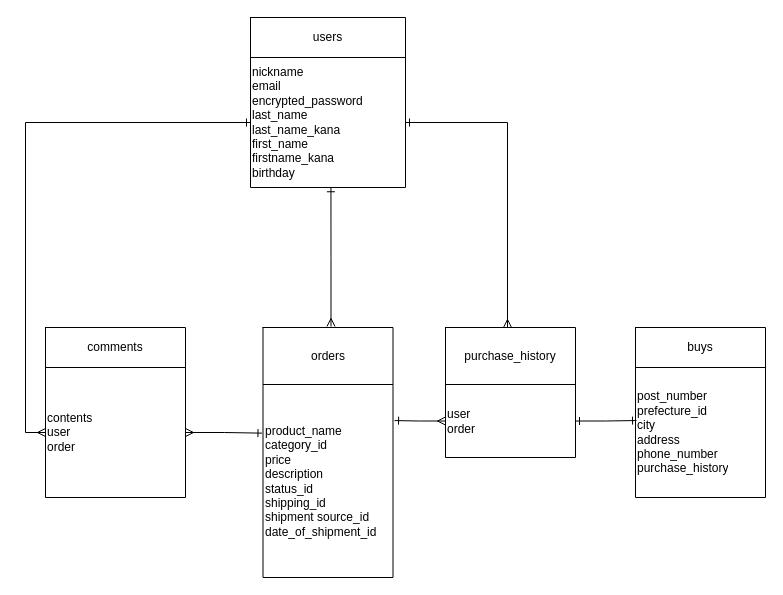
sonolilis/frima-31938 keeps this draw.io diagram as frima.dio. Above is the earlier version. Source tidied: cells renumbered, new cells numbered last; positions are measured from the earlier drawing's top-left corner, leaving out a move shared by most shapes. Both pictures are drawn from the tidied source at 100%, with x=0, y=0 at pixel (45, 17).
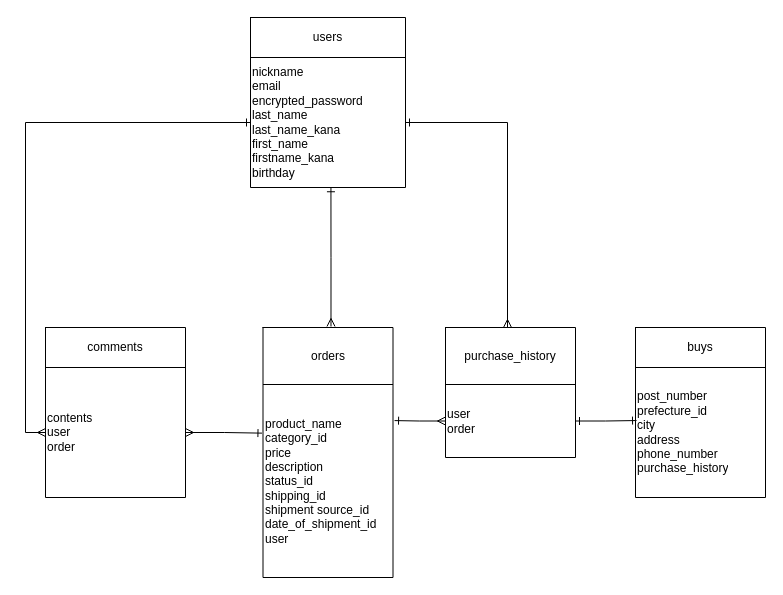
The same page after the edit.

Commit message (it also covers changes not shown here):
ordersテーブルに外部キーuserカラムを追加

The change refers to these unchanged cells:
```xml
<mxCell id="10" style="shape=partialRectangle;html=1;whiteSpace=wrap;fillColor=none;top=0;left=0;bottom=0;right=0;points=[[0,0.5],[1,0.5]];portConstraint=eastwest;" parent="7" vertex="1">
  <mxGeometry y="57" width="130" height="193" as="geometry" />
</mxCell>
```

Change to the diagram source:
```diff
@@
-    <mxCell id="11" value="product_name&lt;br&gt;category_id&lt;br&gt;price&lt;br&gt;description&lt;br&gt;status_id&lt;br&gt;shipping_id&lt;br&gt;shipment source_id&lt;br&gt;date_of_shipment_id" style="shape=partialRectangle;html=1;whiteSpace=wrap;overflow=hidden;fillColor=none;top=0;left=0;bottom=0;right=0;align=left;" parent="10" vertex="1">
+    <mxCell id="11" value="product_name&lt;br&gt;category_id&lt;br&gt;price&lt;br&gt;description&lt;br&gt;status_id&lt;br&gt;shipping_id&lt;br&gt;shipment source_id&lt;br&gt;date_of_shipment_id&lt;br&gt;user" style="shape=partialRectangle;html=1;whiteSpace=wrap;overflow=hidden;fillColor=none;top=0;left=0;bottom=0;right=0;align=left;" parent="10" vertex="1">
       <mxGeometry width="130" height="193" as="geometry" />
     </mxCell>
```
